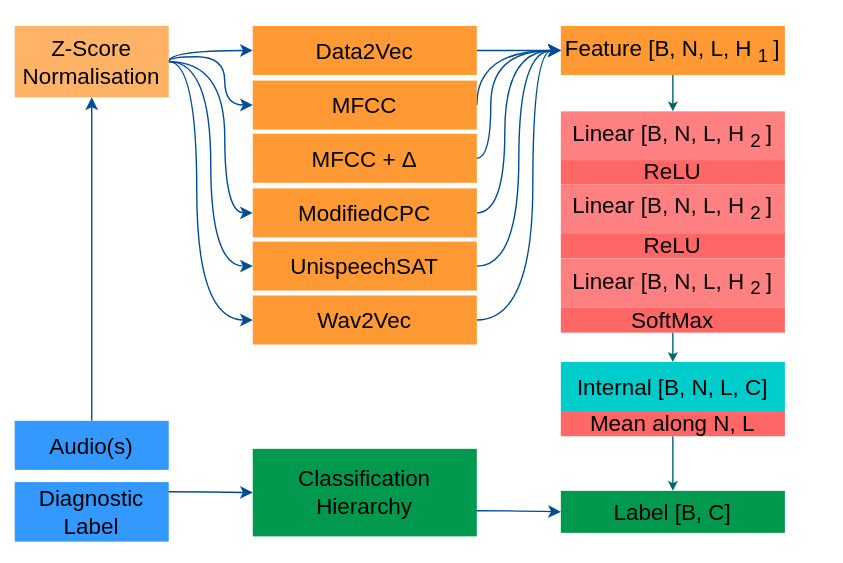
The draw.io diagram baselines/.docs/processing_pipeline.drawio.svg in ComputationalAudioResearchLab/divr-benchmark, before a commit. Source tidied: cells renumbered, new cells last; positions are measured from the earlier drawing's top-left corner, leaving out a move shared by most shapes.
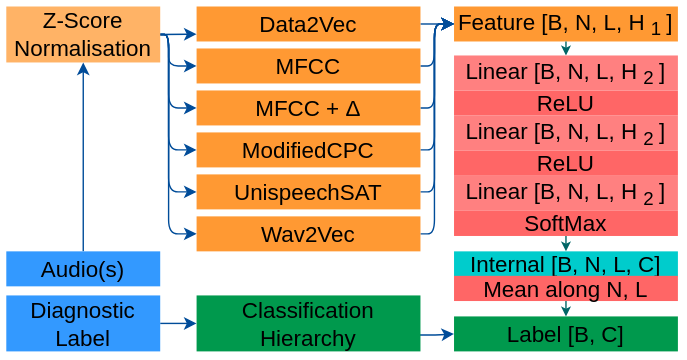
After the change.

Commit message:
feat: update diagrams and collecte demographics

Change to the diagram source:
```diff
@@ -3,170 +3,177 @@
     <mxCell id="0" />
     <mxCell id="1" parent="0" />
     <mxCell id="2" style="rounded=0;whiteSpace=wrap;html=1;fillColor=#FFFFFF;strokeColor=none;fontColor=#000000;" parent="1" vertex="1">
-      <mxGeometry width="600" height="400" as="geometry" />
+      <mxGeometry x="10" width="490" height="256" as="geometry" />
     </mxCell>
     <mxCell id="3" value="&lt;font style=&quot;font-size: 16px;&quot;&gt;Feature [B, N, L, H&lt;sub style=&quot;&quot;&gt;1&lt;/sub&gt;]&lt;/font&gt;" style="rounded=0;whiteSpace=wrap;html=1;fillColor=#FF9933;strokeColor=none;fontColor=#000000;" parent="1" vertex="1">
-      <mxGeometry x="400" y="18" width="160" height="35" as="geometry" />
+      <mxGeometry x="334" y="4" width="160" height="25" as="geometry" />
     </mxCell>
     <mxCell id="4" value="&lt;font style=&quot;font-size: 16px;&quot;&gt;Label [B, C]&lt;/font&gt;" style="rounded=0;whiteSpace=wrap;html=1;fillColor=#00994D;strokeColor=none;fontSize=11;fontColor=#000000;" parent="1" vertex="1">
-      <mxGeometry x="400" y="350" width="160" height="30" as="geometry" />
+      <mxGeometry x="334" y="225.5" width="160" height="25" as="geometry" />
     </mxCell>
     <mxCell id="5" style="edgeStyle=orthogonalEdgeStyle;html=1;exitX=0.5;exitY=1;exitDx=0;exitDy=0;strokeColor=#006666;fontSize=11;endSize=4;entryX=0.5;entryY=0;entryDx=0;entryDy=0;fontColor=#000000;curved=1;" parent="1" edge="1" source="8" target="4">
       <mxGeometry relative="1" as="geometry" />
     </mxCell>
-    <mxCell id="6" style="group;fontColor=#000000;fontSize=14;" parent="1" vertex="1">
-      <mxGeometry x="400" y="258" width="160" height="50" as="geometry" />
-    </mxCell>
-    <mxCell id="7" value="&lt;font style=&quot;font-size: 16px;&quot;&gt;Internal [B, N, L, C]&lt;/font&gt;" style="rounded=0;whiteSpace=wrap;html=1;fillColor=#00CCCC;strokeColor=none;fontSize=11;fontColor=#000000;" parent="6" vertex="1">
-      <mxGeometry width="160" height="35" as="geometry" />
-    </mxCell>
-    <mxCell id="8" value="&lt;font style=&quot;font-size: 16px;&quot;&gt;Mean along N, L&lt;/font&gt;" style="rounded=0;whiteSpace=wrap;html=1;strokeColor=none;fontSize=11;fillColor=#FF6666;fontColor=#000000;" parent="6" vertex="1">
-      <mxGeometry y="35" width="160" height="18" as="geometry" />
-    </mxCell>
     <mxCell id="9" style="edgeStyle=orthogonalEdgeStyle;html=1;exitX=0.5;exitY=1;exitDx=0;exitDy=0;entryX=0.5;entryY=0;entryDx=0;entryDy=0;endSize=4;strokeColor=#006666;fontColor=#000000;curved=1;" parent="1" edge="1" source="3" target="12">
       <mxGeometry relative="1" as="geometry" />
     </mxCell>
     <mxCell id="10" style="edgeStyle=orthogonalEdgeStyle;html=1;exitX=0.5;exitY=1;exitDx=0;exitDy=0;strokeColor=#006666;fontSize=11;endSize=4;entryX=0.5;entryY=0;entryDx=0;entryDy=0;fontColor=#000000;curved=1;" parent="1" edge="1" source="16" target="7">
       <mxGeometry relative="1" as="geometry" />
     </mxCell>
-    <mxCell id="11" value="&lt;font style=&quot;font-size: 16px;&quot;&gt;ReLU&lt;/font&gt;" style="rounded=0;whiteSpace=wrap;html=1;fillColor=#FF6666;strokeColor=none;fontColor=#000000;" parent="1" vertex="1">
-      <mxGeometry x="400" y="113" width="160" height="18" as="geometry" />
-    </mxCell>
-    <mxCell id="12" value="&lt;font style=&quot;font-size: 16px;&quot;&gt;Linear [B, N, L, H&lt;sub style=&quot;&quot;&gt;2&lt;/sub&gt;]&lt;/font&gt;" style="rounded=0;whiteSpace=wrap;html=1;fillColor=#FF8080;strokeColor=none;fontColor=#000000;" parent="1" vertex="1">
-      <mxGeometry x="400" y="79" width="160" height="35" as="geometry" />
-    </mxCell>
-    <mxCell id="13" value="&lt;font style=&quot;font-size: 16px;&quot;&gt;Linear&amp;nbsp;[B, N, L, H&lt;sub&gt;2&lt;/sub&gt;]&lt;/font&gt;" style="rounded=0;whiteSpace=wrap;html=1;fillColor=#FF8080;strokeColor=none;fontColor=#000000;" parent="1" vertex="1">
-      <mxGeometry x="400" y="131" width="160" height="35" as="geometry" />
-    </mxCell>
-    <mxCell id="14" value="&lt;font style=&quot;font-size: 16px;&quot;&gt;ReLU&lt;/font&gt;" style="rounded=0;whiteSpace=wrap;html=1;fillColor=#FF6666;strokeColor=none;fontColor=#000000;" parent="1" vertex="1">
-      <mxGeometry x="400" y="166" width="160" height="18" as="geometry" />
-    </mxCell>
-    <mxCell id="15" value="&lt;font style=&quot;font-size: 16px;&quot;&gt;Linear [B, N, L, H&lt;sub&gt;2&lt;/sub&gt;]&lt;/font&gt;" style="rounded=0;whiteSpace=wrap;html=1;fillColor=#FF8080;strokeColor=none;fontColor=#000000;" parent="1" vertex="1">
-      <mxGeometry x="400" y="184" width="160" height="35" as="geometry" />
-    </mxCell>
-    <mxCell id="16" value="&lt;font style=&quot;font-size: 16px;&quot;&gt;SoftMax&lt;/font&gt;" style="rounded=0;whiteSpace=wrap;html=1;fillColor=#FF6666;strokeColor=none;fontColor=#000000;" parent="1" vertex="1">
-      <mxGeometry x="400" y="219" width="160" height="18" as="geometry" />
-    </mxCell>
-    <mxCell id="17" style="edgeStyle=orthogonalEdgeStyle;curved=1;html=1;exitX=1;exitY=0.5;exitDx=0;exitDy=0;entryX=0;entryY=0.5;entryDx=0;entryDy=0;fontSize=16;fontColor=#000000;strokeColor=#004C99;" parent="1" edge="1" source="18" target="3">
+    <mxCell id="17" style="html=1;exitX=1;exitY=0.5;exitDx=0;exitDy=0;entryX=0;entryY=0.5;entryDx=0;entryDy=0;fontSize=16;fontColor=#000000;strokeColor=#004C99;edgeStyle=orthogonalEdgeStyle;" parent="1" edge="1" source="18" target="3">
       <mxGeometry relative="1" as="geometry" />
     </mxCell>
     <mxCell id="18" value="&lt;span style=&quot;font-size: 16px;&quot;&gt;Data2Vec&lt;/span&gt;" style="rounded=0;whiteSpace=wrap;html=1;fillColor=#FF9933;strokeColor=none;fontColor=#000000;" parent="1" vertex="1">
-      <mxGeometry x="180" y="18" width="160" height="35" as="geometry" />
+      <mxGeometry x="150" y="4" width="160" height="25" as="geometry" />
     </mxCell>
-    <mxCell id="19" style="edgeStyle=orthogonalEdgeStyle;curved=1;html=1;exitX=1;exitY=0.5;exitDx=0;exitDy=0;entryX=0;entryY=0.5;entryDx=0;entryDy=0;strokeColor=#004C99;fontSize=16;fontColor=#000000;" parent="1" edge="1" source="20" target="3">
+    <mxCell id="19" style="html=1;exitX=1;exitY=0.5;exitDx=0;exitDy=0;strokeColor=#004C99;fontSize=16;fontColor=#000000;entryX=0;entryY=0.5;entryDx=0;entryDy=0;edgeStyle=orthogonalEdgeStyle;" parent="1" edge="1" source="20" target="3">
       <mxGeometry relative="1" as="geometry">
         <Array as="points">
-          <mxPoint x="340" y="36" />
+          <mxPoint x="320" y="47" />
+          <mxPoint x="320" y="17" />
         </Array>
       </mxGeometry>
     </mxCell>
     <mxCell id="20" value="&lt;span style=&quot;font-size: 16px;&quot;&gt;MFCC&lt;/span&gt;" style="rounded=0;whiteSpace=wrap;html=1;fillColor=#FF9933;strokeColor=none;fontColor=#000000;" parent="1" vertex="1">
-      <mxGeometry x="180" y="57" width="160" height="35" as="geometry" />
+      <mxGeometry x="150" y="34" width="160" height="25" as="geometry" />
     </mxCell>
-    <mxCell id="21" style="edgeStyle=orthogonalEdgeStyle;curved=1;html=1;exitX=1;exitY=0.5;exitDx=0;exitDy=0;entryX=0;entryY=0.5;entryDx=0;entryDy=0;strokeColor=#004C99;fontSize=16;fontColor=#000000;" parent="1" edge="1" source="22" target="3">
+    <mxCell id="21" style="html=1;exitX=1;exitY=0.5;exitDx=0;exitDy=0;entryX=0;entryY=0.5;entryDx=0;entryDy=0;strokeColor=#004C99;fontSize=16;fontColor=#000000;edgeStyle=orthogonalEdgeStyle;" parent="1" edge="1" source="22" target="3">
       <mxGeometry relative="1" as="geometry">
         <Array as="points">
-          <mxPoint x="350" y="113" />
-          <mxPoint x="350" y="36" />
+          <mxPoint x="320" y="76" />
+          <mxPoint x="320" y="17" />
         </Array>
       </mxGeometry>
     </mxCell>
     <mxCell id="22" value="&lt;font style=&quot;font-size: 16px;&quot;&gt;&lt;span style=&quot;font-size: 16px;&quot;&gt;MFCC +&amp;nbsp;&lt;/span&gt;&lt;span style=&quot;font-family: &amp;quot;Google Sans&amp;quot;, arial, sans-serif; text-align: left;&quot;&gt;&lt;font style=&quot;font-size: 16px;&quot;&gt;Δ&lt;/font&gt;&lt;/span&gt;&lt;/font&gt;" style="rounded=0;whiteSpace=wrap;html=1;fillColor=#FF9933;strokeColor=none;fontColor=#000000;" parent="1" vertex="1">
-      <mxGeometry x="180" y="95" width="160" height="35" as="geometry" />
+      <mxGeometry x="150" y="64" width="160" height="25" as="geometry" />
     </mxCell>
-    <mxCell id="23" style="edgeStyle=orthogonalEdgeStyle;curved=1;html=1;exitX=1;exitY=0.5;exitDx=0;exitDy=0;entryX=0;entryY=0.5;entryDx=0;entryDy=0;strokeColor=#004C99;fontSize=16;fontColor=#000000;" parent="1" edge="1" source="24" target="3">
+    <mxCell id="23" style="html=1;exitX=1;exitY=0.5;exitDx=0;exitDy=0;entryX=0;entryY=0.5;entryDx=0;entryDy=0;strokeColor=#004C99;fontSize=16;fontColor=#000000;edgeStyle=orthogonalEdgeStyle;" parent="1" edge="1" source="24" target="3">
       <mxGeometry relative="1" as="geometry">
         <Array as="points">
-          <mxPoint x="360" y="152" />
-          <mxPoint x="360" y="36" />
+          <mxPoint x="320" y="106" />
+          <mxPoint x="320" y="17" />
         </Array>
       </mxGeometry>
     </mxCell>
     <mxCell id="24" value="&lt;span style=&quot;font-size: 16px;&quot;&gt;ModifiedCPC&lt;/span&gt;" style="rounded=0;whiteSpace=wrap;html=1;fillColor=#FF9933;strokeColor=none;fontColor=#000000;" parent="1" vertex="1">
-      <mxGeometry x="180" y="134" width="160" height="35" as="geometry" />
+      <mxGeometry x="150" y="94" width="160" height="25" as="geometry" />
     </mxCell>
-    <mxCell id="25" style="edgeStyle=orthogonalEdgeStyle;curved=1;html=1;exitX=1;exitY=0.5;exitDx=0;exitDy=0;entryX=0;entryY=0.5;entryDx=0;entryDy=0;strokeColor=#004C99;fontSize=16;fontColor=#000000;" parent="1" edge="1" source="26" target="3">
+    <mxCell id="25" style="html=1;exitX=1;exitY=0.5;exitDx=0;exitDy=0;entryX=0;entryY=0.5;entryDx=0;entryDy=0;strokeColor=#004C99;fontSize=16;fontColor=#000000;edgeStyle=orthogonalEdgeStyle;" parent="1" edge="1" source="26" target="3">
       <mxGeometry relative="1" as="geometry">
         <Array as="points">
-          <mxPoint x="370" y="190" />
-          <mxPoint x="370" y="36" />
+          <mxPoint x="320" y="136" />
+          <mxPoint x="320" y="17" />
         </Array>
       </mxGeometry>
     </mxCell>
     <mxCell id="26" value="&lt;span style=&quot;font-size: 16px;&quot;&gt;UnispeechSAT&lt;/span&gt;" style="rounded=0;whiteSpace=wrap;html=1;fillColor=#FF9933;strokeColor=none;fontColor=#000000;" parent="1" vertex="1">
-      <mxGeometry x="180" y="172" width="160" height="35" as="geometry" />
+      <mxGeometry x="150" y="124" width="160" height="25" as="geometry" />
     </mxCell>
-    <mxCell id="27" style="edgeStyle=orthogonalEdgeStyle;curved=1;html=1;exitX=1;exitY=0.5;exitDx=0;exitDy=0;entryX=0;entryY=0.5;entryDx=0;entryDy=0;strokeColor=#004C99;fontSize=16;fontColor=#000000;" parent="1" edge="1" source="28" target="3">
+    <mxCell id="27" style="html=1;exitX=1;exitY=0.5;exitDx=0;exitDy=0;entryX=0;entryY=0.5;entryDx=0;entryDy=0;strokeColor=#004C99;fontSize=16;fontColor=#000000;edgeStyle=orthogonalEdgeStyle;" parent="1" edge="1" source="28" target="3">
       <mxGeometry relative="1" as="geometry">
         <Array as="points">
-          <mxPoint x="380" y="228" />
-          <mxPoint x="380" y="36" />
+          <mxPoint x="320" y="166" />
+          <mxPoint x="320" y="17" />
         </Array>
       </mxGeometry>
     </mxCell>
     <mxCell id="28" value="&lt;span style=&quot;font-size: 16px;&quot;&gt;Wav2Vec&lt;/span&gt;" style="rounded=0;whiteSpace=wrap;html=1;fillColor=#FF9933;strokeColor=none;fontColor=#000000;" parent="1" vertex="1">
-      <mxGeometry x="180" y="210.5" width="160" height="35" as="geometry" />
+      <mxGeometry x="150" y="154" width="160" height="25" as="geometry" />
     </mxCell>
     <mxCell id="29" style="edgeStyle=orthogonalEdgeStyle;curved=1;html=1;exitX=0.99;exitY=0.707;exitDx=0;exitDy=0;entryX=0;entryY=0.5;entryDx=0;entryDy=0;strokeColor=#004C99;fontSize=16;fontColor=#006600;exitPerimeter=0;" parent="1" edge="1" source="30" target="4">
       <mxGeometry relative="1" as="geometry" />
     </mxCell>
     <mxCell id="30" value="&lt;span style=&quot;font-size: 16px;&quot;&gt;Classification Hierarchy&lt;/span&gt;" style="rounded=0;whiteSpace=wrap;html=1;fillColor=#00994D;strokeColor=none;fontColor=#000000;" parent="1" vertex="1">
-      <mxGeometry x="180" y="320" width="160" height="62.5" as="geometry" />
+      <mxGeometry x="150" y="210.5" width="160" height="40" as="geometry" />
     </mxCell>
-    <mxCell id="31" style="edgeStyle=orthogonalEdgeStyle;curved=1;html=1;exitX=1;exitY=0.5;exitDx=0;exitDy=0;entryX=0;entryY=0.5;entryDx=0;entryDy=0;strokeColor=#004C99;fontSize=16;fontColor=#66B2FF;" parent="1" edge="1" source="36" target="18">
-      <mxGeometry relative="1" as="geometry">
-        <Array as="points">
-          <mxPoint x="120" y="36" />
-        </Array>
-      </mxGeometry>
+    <mxCell id="31" style="html=1;exitX=1;exitY=0.5;exitDx=0;exitDy=0;strokeColor=#004C99;fontSize=16;fontColor=#66B2FF;entryX=0;entryY=0.792;entryDx=0;entryDy=0;entryPerimeter=0;" parent="1" edge="1" source="36" target="18">
+      <mxGeometry relative="1" as="geometry" />
     </mxCell>
-    <mxCell id="32" style="edgeStyle=orthogonalEdgeStyle;curved=1;html=1;exitX=1;exitY=0.5;exitDx=0;exitDy=0;entryX=0;entryY=0.5;entryDx=0;entryDy=0;strokeColor=#004C99;fontSize=16;fontColor=#66B2FF;" parent="1" edge="1" source="36" target="20">
+    <mxCell id="32" style="edgeStyle=orthogonalEdgeStyle;html=1;exitX=1;exitY=0.5;exitDx=0;exitDy=0;entryX=0;entryY=0.5;entryDx=0;entryDy=0;strokeColor=#004C99;fontSize=16;fontColor=#66B2FF;" parent="1" edge="1" source="36" target="20">
       <mxGeometry relative="1" as="geometry">
         <Array as="points">
-          <mxPoint x="120" y="40" />
-          <mxPoint x="160" y="40" />
-          <mxPoint x="160" y="74" />
+          <mxPoint x="130" y="24" />
+          <mxPoint x="130" y="46" />
         </Array>
       </mxGeometry>
     </mxCell>
-    <mxCell id="33" style="edgeStyle=orthogonalEdgeStyle;curved=1;html=1;exitX=1;exitY=0.5;exitDx=0;exitDy=0;entryX=0;entryY=0.5;entryDx=0;entryDy=0;strokeColor=#004C99;fontSize=16;fontColor=#66B2FF;" parent="1" edge="1" source="36" target="24">
+    <mxCell id="33" style="edgeStyle=orthogonalEdgeStyle;html=1;exitX=1;exitY=0.5;exitDx=0;exitDy=0;entryX=0;entryY=0.5;entryDx=0;entryDy=0;strokeColor=#004C99;fontSize=16;fontColor=#66B2FF;" parent="1" edge="1" source="36" target="24">
       <mxGeometry relative="1" as="geometry">
         <Array as="points">
-          <mxPoint x="160" y="44" />
-          <mxPoint x="160" y="152" />
+          <mxPoint x="130" y="24" />
+          <mxPoint x="130" y="106" />
         </Array>
       </mxGeometry>
     </mxCell>
-    <mxCell id="34" style="edgeStyle=orthogonalEdgeStyle;curved=1;html=1;exitX=1;exitY=0.5;exitDx=0;exitDy=0;entryX=0;entryY=0.5;entryDx=0;entryDy=0;strokeColor=#004C99;fontSize=16;fontColor=#66B2FF;" parent="1" edge="1" source="36" target="26">
+    <mxCell id="34" style="edgeStyle=orthogonalEdgeStyle;html=1;exitX=1;exitY=0.5;exitDx=0;exitDy=0;entryX=0;entryY=0.5;entryDx=0;entryDy=0;strokeColor=#004C99;fontSize=16;fontColor=#66B2FF;" parent="1" edge="1" source="36" target="26">
       <mxGeometry relative="1" as="geometry">
         <Array as="points">
-          <mxPoint x="150" y="44" />
-          <mxPoint x="150" y="190" />
+          <mxPoint x="130" y="24" />
+          <mxPoint x="130" y="136" />
         </Array>
       </mxGeometry>
     </mxCell>
-    <mxCell id="35" style="edgeStyle=orthogonalEdgeStyle;curved=1;html=1;exitX=1;exitY=0.5;exitDx=0;exitDy=0;entryX=0;entryY=0.5;entryDx=0;entryDy=0;strokeColor=#004C99;fontSize=16;fontColor=#66B2FF;" parent="1" edge="1" source="36" target="28">
+    <mxCell id="35" style="edgeStyle=orthogonalEdgeStyle;html=1;exitX=1;exitY=0.5;exitDx=0;exitDy=0;entryX=0;entryY=0.5;entryDx=0;entryDy=0;strokeColor=#004C99;fontSize=16;fontColor=#66B2FF;" parent="1" edge="1" source="36" target="28">
       <mxGeometry relative="1" as="geometry">
         <Array as="points">
-          <mxPoint x="140" y="44" />
-          <mxPoint x="140" y="228" />
+          <mxPoint x="130" y="24" />
+          <mxPoint x="130" y="166" />
         </Array>
       </mxGeometry>
     </mxCell>
+    <mxCell id="41" style="edgeStyle=orthogonalEdgeStyle;html=1;exitX=1;exitY=0.5;exitDx=0;exitDy=0;entryX=0;entryY=0.5;entryDx=0;entryDy=0;strokeColor=#004C99;" parent="1" edge="1" source="36" target="22">
+      <mxGeometry relative="1" as="geometry">
+        <Array as="points">
+          <mxPoint x="130" y="24" />
+          <mxPoint x="130" y="76" />
+        </Array>
+      </mxGeometry>
+    </mxCell>
     <mxCell id="36" value="&lt;span style=&quot;font-size: 16px;&quot;&gt;Z-Score Normalisation&lt;/span&gt;" style="rounded=0;whiteSpace=wrap;html=1;fillColor=#FFB366;strokeColor=none;fontColor=#000000;" parent="1" vertex="1">
-      <mxGeometry x="10" y="18" width="110" height="51" as="geometry" />
+      <mxGeometry x="14" y="4" width="110" height="40" as="geometry" />
     </mxCell>
-    <mxCell id="37" style="edgeStyle=orthogonalEdgeStyle;curved=1;html=1;exitX=0.994;exitY=0.163;exitDx=0;exitDy=0;entryX=0;entryY=0.5;entryDx=0;entryDy=0;strokeColor=#004C99;fontSize=16;fontColor=#66B2FF;exitPerimeter=0;" parent="1" edge="1" source="38" target="30">
+    <mxCell id="37" style="html=1;exitX=1;exitY=0.5;exitDx=0;exitDy=0;entryX=0;entryY=0.5;entryDx=0;entryDy=0;strokeColor=#004C99;fontSize=16;fontColor=#66B2FF;" parent="1" edge="1" source="38" target="30">
       <mxGeometry relative="1" as="geometry" />
     </mxCell>
     <mxCell id="38" value="&lt;span style=&quot;font-size: 16px;&quot;&gt;Diagnostic Label&lt;/span&gt;" style="rounded=0;whiteSpace=wrap;html=1;fillColor=#3399FF;strokeColor=none;fontColor=#000000;" parent="1" vertex="1">
-      <mxGeometry x="10" y="343.8" width="110" height="42.5" as="geometry" />
+      <mxGeometry x="14" y="210.5" width="110" height="40" as="geometry" />
     </mxCell>
     <mxCell id="39" style="edgeStyle=orthogonalEdgeStyle;curved=1;html=1;exitX=0.5;exitY=0;exitDx=0;exitDy=0;entryX=0.5;entryY=1;entryDx=0;entryDy=0;strokeColor=#004C99;fontSize=16;fontColor=#66B2FF;" parent="1" edge="1" source="40" target="36">
       <mxGeometry relative="1" as="geometry" />
     </mxCell>
     <mxCell id="40" value="&lt;span style=&quot;font-size: 16px;&quot;&gt;Audio(s)&lt;/span&gt;" style="rounded=0;whiteSpace=wrap;html=1;fillColor=#3399FF;strokeColor=none;fontColor=#000000;" parent="1" vertex="1">
-      <mxGeometry x="10" y="300" width="110" height="35" as="geometry" />
+      <mxGeometry x="14" y="179" width="110" height="25" as="geometry" />
     </mxCell>
+    <mxCell id="42" style="group;" parent="1" vertex="1">
+      <mxGeometry x="334" y="39" width="160" height="129" as="geometry" />
+    </mxCell>
+    <mxCell id="11" value="&lt;font style=&quot;font-size: 16px;&quot;&gt;ReLU&lt;/font&gt;" style="rounded=0;whiteSpace=wrap;html=1;fillColor=#FF6666;strokeColor=none;fontColor=#000000;" parent="42" vertex="1">
+      <mxGeometry y="25" width="160" height="18" as="geometry" />
+    </mxCell>
+    <mxCell id="12" value="&lt;font style=&quot;font-size: 16px;&quot;&gt;Linear [B, N, L, H&lt;sub style=&quot;&quot;&gt;2&lt;/sub&gt;]&lt;/font&gt;" style="rounded=0;whiteSpace=wrap;html=1;fillColor=#FF8080;strokeColor=none;fontColor=#000000;" parent="42" vertex="1">
+      <mxGeometry width="160" height="25" as="geometry" />
+    </mxCell>
+    <mxCell id="13" value="&lt;font style=&quot;font-size: 16px;&quot;&gt;Linear&amp;nbsp;[B, N, L, H&lt;sub&gt;2&lt;/sub&gt;]&lt;/font&gt;" style="rounded=0;whiteSpace=wrap;html=1;fillColor=#FF8080;strokeColor=none;fontColor=#000000;" parent="42" vertex="1">
+      <mxGeometry y="43" width="160" height="25" as="geometry" />
+    </mxCell>
+    <mxCell id="14" value="&lt;font style=&quot;font-size: 16px;&quot;&gt;ReLU&lt;/font&gt;" style="rounded=0;whiteSpace=wrap;html=1;fillColor=#FF6666;strokeColor=none;fontColor=#000000;" parent="42" vertex="1">
+      <mxGeometry y="68" width="160" height="18" as="geometry" />
+    </mxCell>
+    <mxCell id="15" value="&lt;font style=&quot;font-size: 16px;&quot;&gt;Linear [B, N, L, H&lt;sub&gt;2&lt;/sub&gt;]&lt;/font&gt;" style="rounded=0;whiteSpace=wrap;html=1;fillColor=#FF8080;strokeColor=none;fontColor=#000000;" parent="42" vertex="1">
+      <mxGeometry y="86" width="160" height="25" as="geometry" />
+    </mxCell>
+    <mxCell id="16" value="&lt;font style=&quot;font-size: 16px;&quot;&gt;SoftMax&lt;/font&gt;" style="rounded=0;whiteSpace=wrap;html=1;fillColor=#FF6666;strokeColor=none;fontColor=#000000;" parent="42" vertex="1">
+      <mxGeometry y="111" width="160" height="18" as="geometry" />
+    </mxCell>
+    <mxCell id="43" style="group;" parent="1" vertex="1">
+      <mxGeometry x="334" y="179" width="160" height="35.5" as="geometry" />
+    </mxCell>
+    <mxCell id="7" value="&lt;font style=&quot;font-size: 16px;&quot;&gt;Internal [B, N, L, C]&lt;/font&gt;" style="rounded=0;whiteSpace=wrap;html=1;fillColor=#00CCCC;strokeColor=none;fontSize=11;fontColor=#000000;" parent="43" vertex="1">
+      <mxGeometry width="160" height="18" as="geometry" />
+    </mxCell>
+    <mxCell id="8" value="&lt;font style=&quot;font-size: 16px;&quot;&gt;Mean along N, L&lt;/font&gt;" style="rounded=0;whiteSpace=wrap;html=1;strokeColor=none;fontSize=11;fillColor=#FF6666;fontColor=#000000;" parent="43" vertex="1">
+      <mxGeometry y="17.5" width="160" height="18" as="geometry" />
+    </mxCell>
   </root>
 </mxGraphModel>
```
